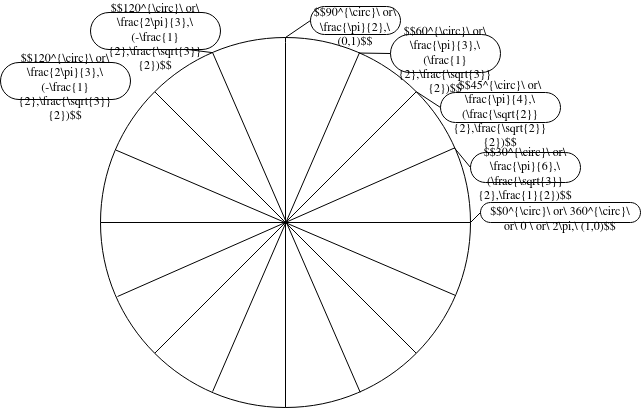
This is Images/math/Unit 1/Unit circle.drawio.png from robertoman37/robertoman37.github.io, a draw.io export, as it was before one commit. Source tidied: cells renumbered, new cells last; positions are measured from the earlier drawing's top-left corner, leaving out a move shared by most shapes.
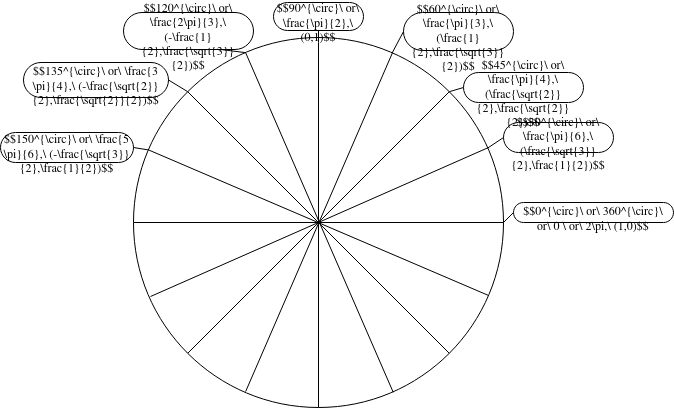
The same diagram one commit later.

What changed in the source:
```diff
@@ -32,13 +32,13 @@
       <mxGeometry relative="1" as="geometry" />
     </mxCell>
     <mxCell id="11" value="&lt;div&gt;$$90^{\circ}\ or\ \frac{\pi}{2},\ (0,1)$$&lt;br&gt;&lt;/div&gt;" style="whiteSpace=wrap;html=1;rounded=1;arcSize=50;align=center;verticalAlign=middle;strokeWidth=1;spacing=4;newEdgeStyle={&quot;edgeStyle&quot;:&quot;entityRelationEdgeStyle&quot;,&quot;startArrow&quot;:&quot;none&quot;,&quot;endArrow&quot;:&quot;none&quot;,&quot;segment&quot;:10,&quot;curved&quot;:1};fillColor=none;horizontal=1;spacingBottom=-11;" parent="1" vertex="1">
-      <mxGeometry x="310" width="90" height="28" as="geometry" />
+      <mxGeometry x="240" y="-4" width="90" height="28" as="geometry" />
     </mxCell>
-    <mxCell id="12" style="startArrow=none;endArrow=none;segment=10;exitX=0.5;exitY=0;exitDx=0;exitDy=0;rounded=0;entryX=0;entryY=0.5;entryDx=0;entryDy=0;" parent="1" edge="1" source="2" target="11">
+    <mxCell id="12" style="startArrow=none;endArrow=none;segment=10;exitX=0.5;exitY=0;exitDx=0;exitDy=0;rounded=0;entryX=0.5;entryY=1;entryDx=0;entryDy=0;" parent="1" edge="1" source="2" target="11">
       <mxGeometry relative="1" as="geometry" />
     </mxCell>
     <mxCell id="13" value="&lt;div&gt;$$60^{\circ}\ or\ \frac{\pi}{3},\ (\frac{1}{2},\frac{\sqrt{3}}{2})$$&lt;br&gt;&lt;/div&gt;" style="whiteSpace=wrap;html=1;rounded=1;arcSize=50;align=center;verticalAlign=middle;strokeWidth=1;spacing=4;newEdgeStyle={&quot;edgeStyle&quot;:&quot;entityRelationEdgeStyle&quot;,&quot;startArrow&quot;:&quot;none&quot;,&quot;endArrow&quot;:&quot;none&quot;,&quot;segment&quot;:10,&quot;curved&quot;:1};fillColor=none;horizontal=1;spacingBottom=-11;strokeColor=default;glass=0;shadow=0;" parent="1" vertex="1">
-      <mxGeometry x="390" y="28" width="110" height="38" as="geometry" />
+      <mxGeometry x="370" y="6" width="110" height="38" as="geometry" />
     </mxCell>
     <mxCell id="14" style="endArrow=none;html=1;exitX=0.5;exitY=1;exitDx=0;exitDy=0;" parent="1" edge="1" source="2">
       <mxGeometry relative="1" as="geometry">
@@ -49,13 +49,13 @@
       <mxGeometry relative="1" as="geometry" />
     </mxCell>
     <mxCell id="16" value="&lt;div&gt;$$45^{\circ}\ or\ \frac{\pi}{4},\ (\frac{\sqrt{2}}{2},\frac{\sqrt{2}}{2})$$&lt;br&gt;&lt;/div&gt;" style="whiteSpace=wrap;html=1;rounded=1;arcSize=50;align=center;verticalAlign=middle;strokeWidth=1;spacing=4;newEdgeStyle={&quot;edgeStyle&quot;:&quot;entityRelationEdgeStyle&quot;,&quot;startArrow&quot;:&quot;none&quot;,&quot;endArrow&quot;:&quot;none&quot;,&quot;segment&quot;:10,&quot;curved&quot;:1};fillColor=none;horizontal=1;spacingBottom=-11;strokeColor=default;glass=0;shadow=0;" parent="1" vertex="1">
-      <mxGeometry x="440" y="86" width="120" height="30" as="geometry" />
+      <mxGeometry x="430" y="66" width="120" height="30" as="geometry" />
     </mxCell>
     <mxCell id="17" style="startArrow=none;endArrow=none;segment=10;exitX=1;exitY=0;exitDx=0;exitDy=0;rounded=0;entryX=0;entryY=0.5;entryDx=0;entryDy=0;" parent="1" edge="1" source="2" target="16">
       <mxGeometry relative="1" as="geometry" />
     </mxCell>
     <mxCell id="18" value="&lt;div&gt;$$30^{\circ}\ or\ \frac{\pi}{6},\ (\frac{\sqrt{3}}{2},\frac{1}{2})$$&lt;br&gt;&lt;/div&gt;" style="whiteSpace=wrap;html=1;rounded=1;arcSize=50;align=center;verticalAlign=middle;strokeWidth=1;spacing=4;newEdgeStyle={&quot;edgeStyle&quot;:&quot;entityRelationEdgeStyle&quot;,&quot;startArrow&quot;:&quot;none&quot;,&quot;endArrow&quot;:&quot;none&quot;,&quot;segment&quot;:10,&quot;curved&quot;:1};fillColor=none;horizontal=1;spacingBottom=-11;strokeColor=default;glass=0;shadow=0;" parent="1" vertex="1">
-      <mxGeometry x="470" y="146" width="110" height="30" as="geometry" />
+      <mxGeometry x="470" y="116" width="110" height="30" as="geometry" />
     </mxCell>
     <mxCell id="19" style="startArrow=none;endArrow=none;segment=10;exitX=0.957;exitY=0.299;exitDx=0;exitDy=0;rounded=0;entryX=0;entryY=0.5;entryDx=0;entryDy=0;exitPerimeter=0;" parent="1" edge="1" source="2" target="18">
       <mxGeometry relative="1" as="geometry" />
@@ -72,8 +72,17 @@
     <mxCell id="23" style="startArrow=none;endArrow=none;segment=10;exitX=0.303;exitY=0.041;exitDx=0;exitDy=0;rounded=0;entryX=0.75;entryY=1;entryDx=0;entryDy=0;exitPerimeter=0;" parent="1" edge="1" source="2" target="22">
       <mxGeometry relative="1" as="geometry" />
     </mxCell>
-    <mxCell id="24" value="&lt;div&gt;$$120^{\circ}\ or\ \frac{2\pi}{3},\ (-\frac{1}{2},\frac{\sqrt{3}}{2})$$&lt;br&gt;&lt;/div&gt;" style="whiteSpace=wrap;html=1;rounded=1;arcSize=50;align=center;verticalAlign=middle;strokeWidth=1;spacing=4;newEdgeStyle={&quot;edgeStyle&quot;:&quot;entityRelationEdgeStyle&quot;,&quot;startArrow&quot;:&quot;none&quot;,&quot;endArrow&quot;:&quot;none&quot;,&quot;segment&quot;:10,&quot;curved&quot;:1};fillColor=none;horizontal=1;spacingBottom=-11;" parent="1" vertex="1">
-      <mxGeometry y="56" width="130" height="37" as="geometry" />
+    <mxCell id="24" value="&lt;div&gt;$$135^{\circ}\ or\ \frac{3\pi}{4},\ (-\frac{\sqrt{2}}{2},\frac{\sqrt{2}}{2})$$&lt;br&gt;&lt;/div&gt;" style="whiteSpace=wrap;html=1;rounded=1;arcSize=50;align=center;verticalAlign=middle;strokeWidth=1;spacing=4;newEdgeStyle={&quot;edgeStyle&quot;:&quot;entityRelationEdgeStyle&quot;,&quot;startArrow&quot;:&quot;none&quot;,&quot;endArrow&quot;:&quot;none&quot;,&quot;segment&quot;:10,&quot;curved&quot;:1};fillColor=none;horizontal=1;spacingBottom=-11;" parent="1" vertex="1">
+      <mxGeometry x="-10" y="56" width="145" height="35" as="geometry" />
     </mxCell>
+    <mxCell id="25" style="startArrow=none;endArrow=none;segment=10;exitX=0;exitY=0;exitDx=0;exitDy=0;rounded=0;entryX=1;entryY=0.5;entryDx=0;entryDy=0;" parent="1" edge="1" source="2" target="24">
+      <mxGeometry relative="1" as="geometry" />
+    </mxCell>
+    <mxCell id="26" value="&lt;div&gt;$$150^{\circ}\ or\ \frac{5\pi}{6},\ (-\frac{\sqrt{3}}{2},\frac{1}{2})$$&lt;br&gt;&lt;/div&gt;" style="whiteSpace=wrap;html=1;rounded=1;arcSize=50;align=center;verticalAlign=middle;strokeWidth=1;spacing=4;newEdgeStyle={&quot;edgeStyle&quot;:&quot;entityRelationEdgeStyle&quot;,&quot;startArrow&quot;:&quot;none&quot;,&quot;endArrow&quot;:&quot;none&quot;,&quot;segment&quot;:10,&quot;curved&quot;:1};fillColor=none;horizontal=1;spacingBottom=-11;" parent="1" vertex="1">
+      <mxGeometry x="-33" y="126" width="133" height="30" as="geometry" />
+    </mxCell>
+    <mxCell id="27" style="startArrow=none;endArrow=none;segment=10;exitX=0.041;exitY=0.304;exitDx=0;exitDy=0;rounded=0;entryX=1;entryY=0.5;entryDx=0;entryDy=0;exitPerimeter=0;" parent="1" edge="1" source="2" target="26">
+      <mxGeometry relative="1" as="geometry" />
+    </mxCell>
   </root>
 </mxGraphModel>
```
